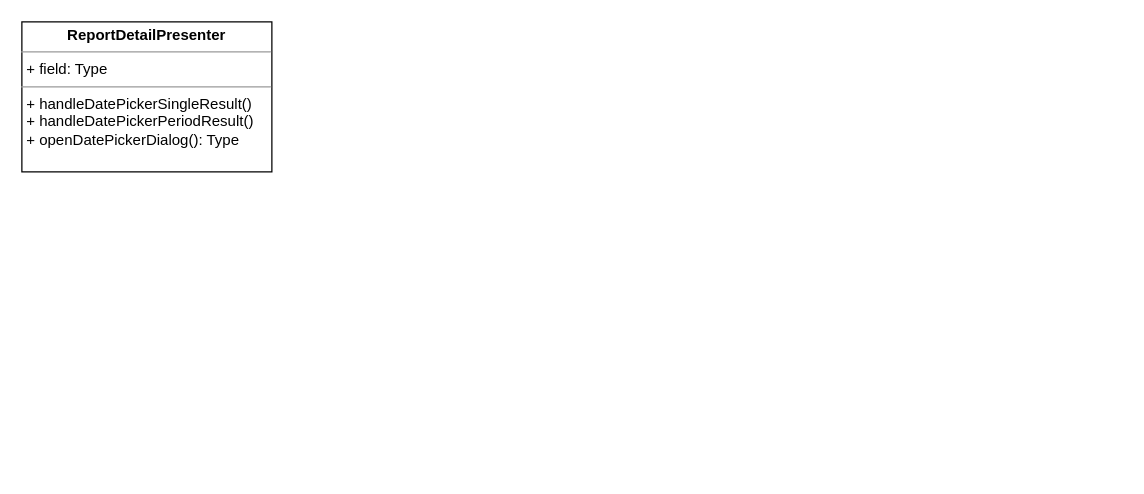
Above: UNI-14817.drawio in ShiryaevNikolay/diagrams (draw.io), before the change. Source tidied: cells renumbered, new cells numbered last; positions are measured from the earlier drawing's top-left corner, leaving out a move shared by most shapes. Both pictures are drawn from the tidied source at 125%, with x=0, y=0 at pixel (21, 21).
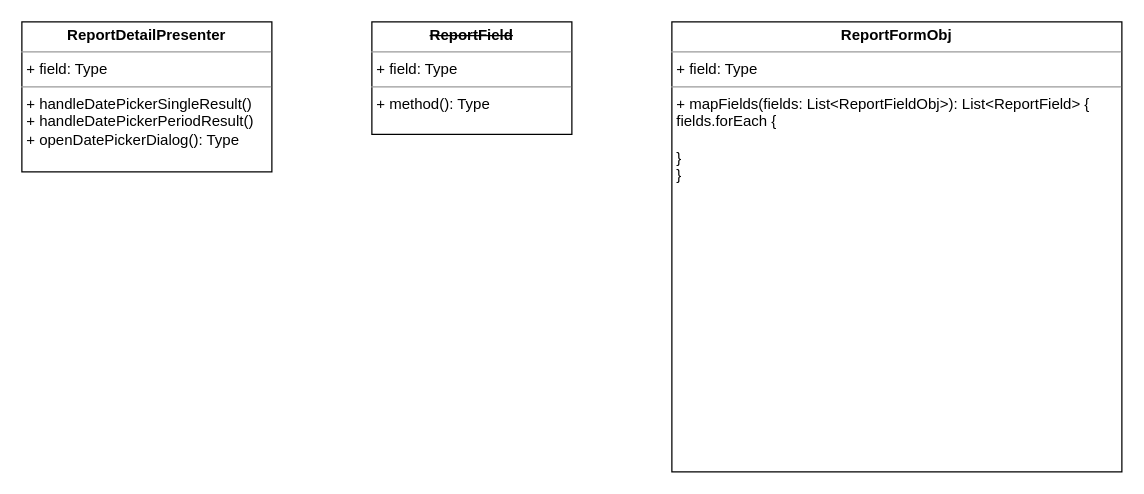
The same diagram, later.

The edit, as a diff of the source:
```diff
@@
 <mxGraphModel>
   <root>
     <mxCell id="0" />
     <mxCell id="1" parent="0" />
     <mxCell id="2" value="&lt;p style=&quot;margin: 0px ; margin-top: 4px ; text-align: center&quot;&gt;&lt;b&gt;ReportDetailPresenter&lt;/b&gt;&lt;/p&gt;&lt;hr size=&quot;1&quot;&gt;&lt;p style=&quot;margin: 0px ; margin-left: 4px&quot;&gt;+ field: Type&lt;/p&gt;&lt;hr size=&quot;1&quot;&gt;&lt;p style=&quot;margin: 0px ; margin-left: 4px&quot;&gt;+ handleDatePickerSingleResult()&lt;/p&gt;&lt;p style=&quot;margin: 0px ; margin-left: 4px&quot;&gt;+ handleDatePickerPeriodResult()&lt;br&gt;&lt;/p&gt;&lt;p style=&quot;margin: 0px ; margin-left: 4px&quot;&gt;+ openDatePickerDialog(): Type&lt;/p&gt;" style="verticalAlign=top;align=left;overflow=fill;fontSize=12;fontFamily=Helvetica;html=1;" parent="1" vertex="1">
       <mxGeometry width="200" height="120" as="geometry" />
     </mxCell>
+    <mxCell id="3" value="&lt;p style=&quot;margin: 0px ; margin-top: 4px ; text-align: center&quot;&gt;&lt;strike&gt;&lt;b&gt;ReportField&lt;/b&gt;&lt;/strike&gt;&lt;/p&gt;&lt;hr size=&quot;1&quot;&gt;&lt;p style=&quot;margin: 0px ; margin-left: 4px&quot;&gt;+ field: Type&lt;/p&gt;&lt;hr size=&quot;1&quot;&gt;&lt;p style=&quot;margin: 0px ; margin-left: 4px&quot;&gt;+ method(): Type&lt;/p&gt;" style="verticalAlign=top;align=left;overflow=fill;fontSize=12;fontFamily=Helvetica;html=1;" parent="1" vertex="1">
+      <mxGeometry x="280" width="160" height="90" as="geometry" />
+    </mxCell>
+    <mxCell id="4" value="&lt;p style=&quot;margin: 0px ; margin-top: 4px ; text-align: center&quot;&gt;&lt;b&gt;ReportFormObj&lt;/b&gt;&lt;/p&gt;&lt;hr size=&quot;1&quot;&gt;&lt;p style=&quot;margin: 0px ; margin-left: 4px&quot;&gt;+ field: Type&lt;/p&gt;&lt;hr size=&quot;1&quot;&gt;&lt;p style=&quot;margin: 0px ; margin-left: 4px&quot;&gt;+ mapFields(fields: List&amp;lt;ReportFieldObj&amp;gt;): List&amp;lt;ReportField&amp;gt; {&lt;/p&gt;&lt;p style=&quot;margin: 0px ; margin-left: 4px&quot;&gt;fields.forEach {&lt;/p&gt;&lt;p style=&quot;margin: 0px ; margin-left: 4px&quot;&gt;&lt;br&gt;&lt;/p&gt;&lt;p style=&quot;margin: 0px ; margin-left: 4px&quot;&gt;}&lt;br&gt;&lt;/p&gt;&lt;p style=&quot;margin: 0px ; margin-left: 4px&quot;&gt;}&lt;br&gt;&lt;/p&gt;" style="verticalAlign=top;align=left;overflow=fill;fontSize=12;fontFamily=Helvetica;html=1;" parent="1" vertex="1">
+      <mxGeometry x="520" width="360" height="360" as="geometry" />
+    </mxCell>
   </root>
 </mxGraphModel>
```
